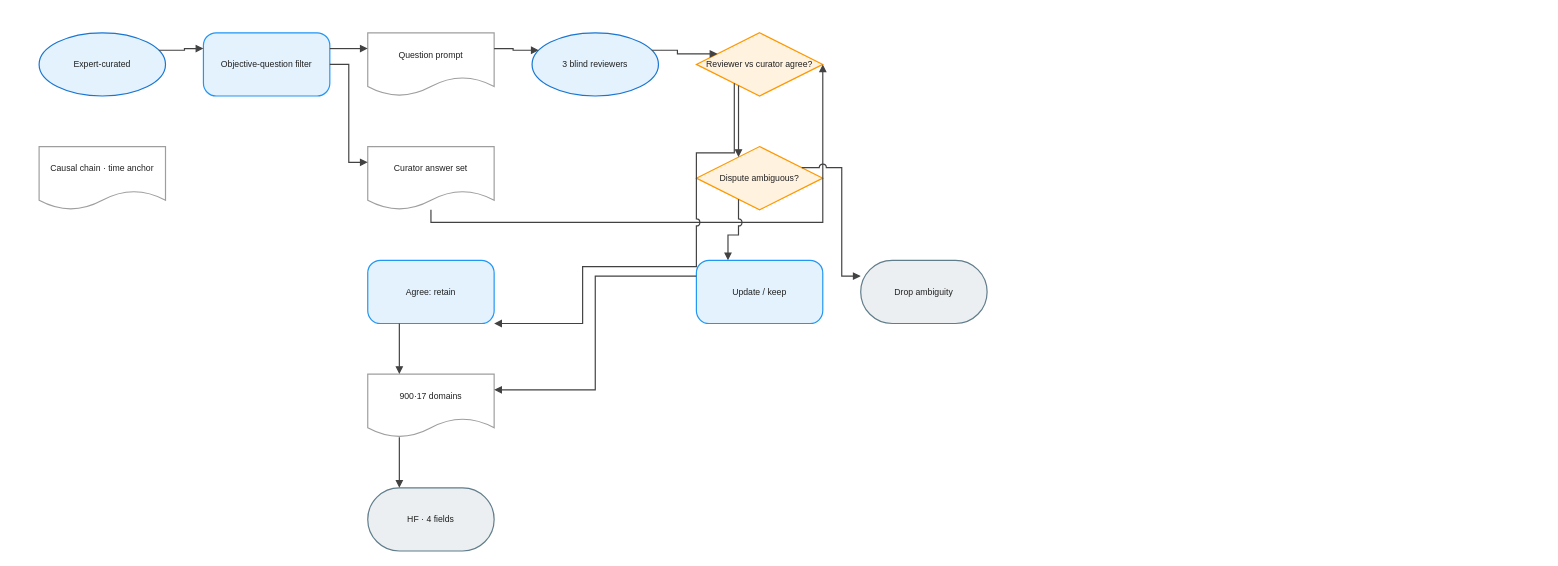
Before: client/public/drawio/DeepSearchQA/DeepSearchQA.en.drawio in joe1chief/benchmark-hub, a draw.io diagram. Source tidied: cells renumbered, new cells numbered last; positions are measured from the earlier drawing's top-left corner, leaving out a move shared by most shapes. Both pictures are drawn from the tidied source at 79%, with x=0, y=0 at pixel (39, 32).
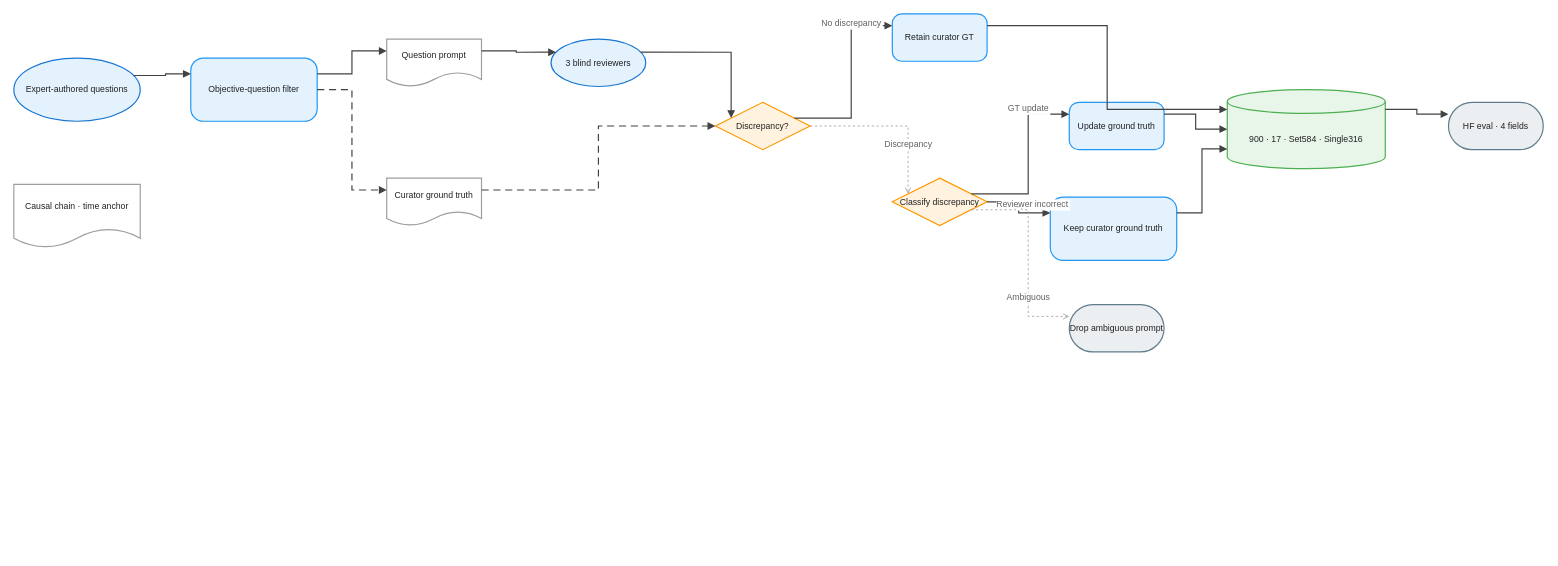
The same page after the edit.

The edit, as a diff of the source:
```diff
@@
-    <mxCell id="2" value="Expert-curated" style="ellipse;html=1;whiteSpace=wrap;fillColor=#E3F2FD;strokeColor=#1976D2;strokeWidth=1.5;fontColor=#212121;fontSize=11;fontFamily=Arial, Helvetica, sans-serif;verticalAlign=middle;align=center;" parent="1" vertex="1">
-      <mxGeometry width="160" height="80" as="geometry" />
+    <mxCell id="2" value="Expert-authored questions" style="convertToSvg=1;ellipse;html=0;whiteSpace=wrap;fillColor=#E3F2FD;strokeColor=#1976D2;strokeWidth=1.5;fontColor=#212121;fontSize=11;fontFamily=Arial, Helvetica, sans-serif;verticalAlign=middle;align=center;" parent="1" vertex="1">
+      <mxGeometry x="-32" y="32" width="160" height="80" as="geometry" />
     </mxCell>
-    <mxCell id="3" value="Causal chain · time anchor" style="shape=document;boundedLbl=1;html=1;whiteSpace=wrap;fillColor=#FFFFFF;strokeColor=#9E9E9E;strokeWidth=1.5;fontColor=#212121;fontSize=11;fontFamily=Arial, Helvetica, sans-serif;verticalAlign=middle;align=center;" parent="1" vertex="1">
-      <mxGeometry y="144" width="160" height="80" as="geometry" />
+    <mxCell id="3" value="Causal chain · time anchor" style="convertToSvg=1;shape=document;boundedLbl=1;html=0;whiteSpace=wrap;fillColor=#FFFFFF;strokeColor=#9E9E9E;strokeWidth=1.5;fontColor=#212121;fontSize=11;fontFamily=Arial, Helvetica, sans-serif;verticalAlign=middle;align=center;" parent="1" vertex="1">
+      <mxGeometry x="-32" y="192" width="160" height="80" as="geometry" />
     </mxCell>
-    <mxCell id="4" value="Objective-question filter" style="rounded=1;arcSize=20;html=1;whiteSpace=wrap;fillColor=#E3F2FD;strokeColor=#2196F3;strokeWidth=1.5;fontColor=#212121;fontSize=11;fontFamily=Arial, Helvetica, sans-serif;verticalAlign=middle;align=center;" parent="1" vertex="1">
-      <mxGeometry x="208" width="160" height="80" as="geometry" />
+    <mxCell id="4" value="Objective-question filter" style="convertToSvg=1;rounded=1;arcSize=20;html=0;whiteSpace=wrap;fillColor=#E3F2FD;strokeColor=#2196F3;strokeWidth=1.5;fontColor=#212121;fontSize=11;fontFamily=Arial, Helvetica, sans-serif;verticalAlign=middle;align=center;" parent="1" vertex="1">
+      <mxGeometry x="192" y="32" width="160" height="80" as="geometry" />
     </mxCell>
-    <mxCell id="5" value="Question prompt" style="shape=document;boundedLbl=1;html=1;whiteSpace=wrap;fillColor=#FFFFFF;strokeColor=#9E9E9E;strokeWidth=1.5;fontColor=#212121;fontSize=11;fontFamily=Arial, Helvetica, sans-serif;verticalAlign=middle;align=center;" parent="1" vertex="1">
-      <mxGeometry x="416" width="160" height="80" as="geometry" />
+    <mxCell id="5" value="Question prompt" style="convertToSvg=1;shape=document;boundedLbl=1;html=0;whiteSpace=wrap;fillColor=#FFFFFF;strokeColor=#9E9E9E;strokeWidth=1.5;fontColor=#212121;fontSize=11;fontFamily=Arial, Helvetica, sans-serif;verticalAlign=middle;align=center;" parent="1" vertex="1">
+      <mxGeometry x="440" y="8" width="120" height="60" as="geometry" />
     </mxCell>
-    <mxCell id="6" value="3 blind reviewers" style="ellipse;html=1;whiteSpace=wrap;fillColor=#E3F2FD;strokeColor=#1976D2;strokeWidth=1.5;fontColor=#212121;fontSize=11;fontFamily=Arial, Helvetica, sans-serif;verticalAlign=middle;align=center;" parent="1" vertex="1">
-      <mxGeometry x="624" width="160" height="80" as="geometry" />
+    <mxCell id="6" value="Curator ground truth" style="convertToSvg=1;shape=document;boundedLbl=1;html=0;whiteSpace=wrap;fillColor=#FFFFFF;strokeColor=#9E9E9E;strokeWidth=1.5;fontColor=#212121;fontSize=11;fontFamily=Arial, Helvetica, sans-serif;verticalAlign=middle;align=center;" parent="1" vertex="1">
+      <mxGeometry x="440" y="184" width="120" height="60" as="geometry" />
     </mxCell>
-    <mxCell id="7" value="Curator answer set" style="shape=document;boundedLbl=1;html=1;whiteSpace=wrap;fillColor=#FFFFFF;strokeColor=#9E9E9E;strokeWidth=1.5;fontColor=#212121;fontSize=11;fontFamily=Arial, Helvetica, sans-serif;verticalAlign=middle;align=center;" parent="1" vertex="1">
-      <mxGeometry x="416" y="144" width="160" height="80" as="geometry" />
+    <mxCell id="7" value="3 blind reviewers" style="convertToSvg=1;ellipse;html=0;whiteSpace=wrap;fillColor=#E3F2FD;strokeColor=#1976D2;strokeWidth=1.5;fontColor=#212121;fontSize=11;fontFamily=Arial, Helvetica, sans-serif;verticalAlign=middle;align=center;" parent="1" vertex="1">
+      <mxGeometry x="648" y="8" width="120" height="60" as="geometry" />
     </mxCell>
-    <mxCell id="8" value="Reviewer vs curator agree?" style="rhombus;html=1;whiteSpace=wrap;fillColor=#FFF3E0;strokeColor=#FF9800;strokeWidth=1.5;fontColor=#212121;fontSize=11;fontFamily=Arial, Helvetica, sans-serif;verticalAlign=middle;align=center;" parent="1" vertex="1">
-      <mxGeometry x="832" width="160" height="80" as="geometry" />
+    <mxCell id="8" value="Discrepancy?" style="convertToSvg=1;rhombus;html=0;whiteSpace=wrap;fillColor=#FFF3E0;strokeColor=#FF9800;strokeWidth=1.5;fontColor=#212121;fontSize=11;fontFamily=Arial, Helvetica, sans-serif;verticalAlign=middle;align=center;" parent="1" vertex="1">
+      <mxGeometry x="856" y="88" width="120" height="60" as="geometry" />
     </mxCell>
-    <mxCell id="9" value="Agree: retain" style="rounded=1;arcSize=20;html=1;whiteSpace=wrap;fillColor=#E3F2FD;strokeColor=#2196F3;strokeWidth=1.5;fontColor=#212121;fontSize=11;fontFamily=Arial, Helvetica, sans-serif;verticalAlign=middle;align=center;" parent="1" vertex="1">
-      <mxGeometry x="416" y="288" width="160" height="80" as="geometry" />
+    <mxCell id="9" value="Retain curator GT" style="convertToSvg=1;rounded=1;arcSize=20;html=0;whiteSpace=wrap;fillColor=#E3F2FD;strokeColor=#2196F3;strokeWidth=1.5;fontColor=#212121;fontSize=11;fontFamily=Arial, Helvetica, sans-serif;verticalAlign=middle;align=center;" parent="1" vertex="1">
+      <mxGeometry x="1080" y="-24" width="120" height="60" as="geometry" />
     </mxCell>
-    <mxCell id="10" value="Dispute ambiguous?" style="rhombus;html=1;whiteSpace=wrap;fillColor=#FFF3E0;strokeColor=#FF9800;strokeWidth=1.5;fontColor=#212121;fontSize=11;fontFamily=Arial, Helvetica, sans-serif;verticalAlign=middle;align=center;" parent="1" vertex="1">
-      <mxGeometry x="832" y="144" width="160" height="80" as="geometry" />
+    <mxCell id="10" value="Classify discrepancy" style="convertToSvg=1;rhombus;html=0;whiteSpace=wrap;fillColor=#FFF3E0;strokeColor=#FF9800;strokeWidth=1.5;fontColor=#212121;fontSize=11;fontFamily=Arial, Helvetica, sans-serif;verticalAlign=middle;align=center;" parent="1" vertex="1">
+      <mxGeometry x="1080" y="184" width="120" height="60" as="geometry" />
     </mxCell>
-    <mxCell id="11" value="Update / keep" style="rounded=1;arcSize=20;html=1;whiteSpace=wrap;fillColor=#E3F2FD;strokeColor=#2196F3;strokeWidth=1.5;fontColor=#212121;fontSize=11;fontFamily=Arial, Helvetica, sans-serif;verticalAlign=middle;align=center;" parent="1" vertex="1">
-      <mxGeometry x="832" y="288" width="160" height="80" as="geometry" />
+    <mxCell id="11" value="Update ground truth" style="convertToSvg=1;rounded=1;arcSize=20;html=0;whiteSpace=wrap;fillColor=#E3F2FD;strokeColor=#2196F3;strokeWidth=1.5;fontColor=#212121;fontSize=11;fontFamily=Arial, Helvetica, sans-serif;verticalAlign=middle;align=center;" parent="1" vertex="1">
+      <mxGeometry x="1304" y="88" width="120" height="60" as="geometry" />
     </mxCell>
-    <mxCell id="12" value="Drop ambiguity" style="rounded=1;arcSize=50;html=1;whiteSpace=wrap;fillColor=#ECEFF1;strokeColor=#607D8B;strokeWidth=1.5;fontColor=#212121;fontSize=11;fontFamily=Arial, Helvetica, sans-serif;verticalAlign=middle;align=center;" parent="1" vertex="1">
-      <mxGeometry x="1040" y="288" width="160" height="80" as="geometry" />
+    <mxCell id="12" value="Keep curator ground truth" style="convertToSvg=1;rounded=1;arcSize=20;html=0;whiteSpace=wrap;fillColor=#E3F2FD;strokeColor=#2196F3;strokeWidth=1.5;fontColor=#212121;fontSize=11;fontFamily=Arial, Helvetica, sans-serif;verticalAlign=middle;align=center;" parent="1" vertex="1">
+      <mxGeometry x="1280" y="208" width="160" height="80" as="geometry" />
     </mxCell>
-    <mxCell id="13" value="900·17 domains" style="shape=document;boundedLbl=1;html=1;whiteSpace=wrap;fillColor=#FFFFFF;strokeColor=#9E9E9E;strokeWidth=1.5;fontColor=#212121;fontSize=11;fontFamily=Arial, Helvetica, sans-serif;verticalAlign=middle;align=center;" parent="1" vertex="1">
-      <mxGeometry x="416" y="432" width="160" height="80" as="geometry" />
+    <mxCell id="13" value="Drop ambiguous prompt" style="convertToSvg=1;rounded=1;arcSize=50;html=0;whiteSpace=wrap;fillColor=#ECEFF1;strokeColor=#607D8B;strokeWidth=1.5;fontColor=#212121;fontSize=11;fontFamily=Arial, Helvetica, sans-serif;verticalAlign=middle;align=center;" parent="1" vertex="1">
+      <mxGeometry x="1304" y="344" width="120" height="60" as="geometry" />
     </mxCell>
-    <mxCell id="14" value="HF · 4 fields" style="rounded=1;arcSize=50;html=1;whiteSpace=wrap;fillColor=#ECEFF1;strokeColor=#607D8B;strokeWidth=1.5;fontColor=#212121;fontSize=11;fontFamily=Arial, Helvetica, sans-serif;verticalAlign=middle;align=center;" parent="1" vertex="1">
-      <mxGeometry x="416" y="576" width="160" height="80" as="geometry" />
+    <mxCell id="14" value="900 · 17 · Set584 · Single316" style="convertToSvg=1;shape=cylinder3;boundedLbl=1;backgroundOutline=1;size=15;html=0;whiteSpace=wrap;fillColor=#E8F5E9;strokeColor=#4CAF50;strokeWidth=1.5;fontColor=#212121;fontSize=11;fontFamily=Arial, Helvetica, sans-serif;verticalAlign=middle;align=center;" parent="1" vertex="1">
+      <mxGeometry x="1504" y="72" width="200" height="100" as="geometry" />
     </mxCell>
-    <mxCell id="15" style="edgeStyle=orthogonalEdgeStyle;rounded=0;jettySize=auto;html=1;strokeColor=#424242;strokeWidth=1.5;endArrow=block;endFill=1;exitX=1;exitY=0.25;exitDx=0;exitDy=0;entryX=0;entryY=0.25;entryDx=0;entryDy=0;jumpStyle=arc;jumpSize=8;" parent="1" edge="1" source="2" target="4">
-      <mxGeometry relative="1" as="geometry" />
+    <mxCell id="15" value="HF eval · 4 fields" style="convertToSvg=1;rounded=1;arcSize=50;html=0;whiteSpace=wrap;fillColor=#ECEFF1;strokeColor=#607D8B;strokeWidth=1.5;fontColor=#212121;fontSize=11;fontFamily=Arial, Helvetica, sans-serif;verticalAlign=middle;align=center;" parent="1" vertex="1">
+      <mxGeometry x="1784" y="88" width="120" height="60" as="geometry" />
     </mxCell>
-    <mxCell id="16" style="edgeStyle=orthogonalEdgeStyle;rounded=0;jettySize=auto;html=1;strokeColor=#424242;strokeWidth=1.5;endArrow=block;endFill=1;exitX=1;exitY=0.25;exitDx=0;exitDy=0;entryX=0;entryY=0.25;entryDx=0;entryDy=0;jumpStyle=arc;jumpSize=8;" parent="1" edge="1" source="4" target="5">
+    <mxCell id="16" style="convertToSvg=1;edgeStyle=orthogonalEdgeStyle;rounded=0;jettySize=auto;html=0;strokeColor=#424242;strokeWidth=1.5;endArrow=block;endFill=1;exitX=1;exitY=0.25;exitDx=0;exitDy=0;entryX=0;entryY=0.25;entryDx=0;entryDy=0;jumpStyle=arc;jumpSize=8;" parent="1" edge="1" source="2" target="4">
       <mxGeometry relative="1" as="geometry" />
     </mxCell>
-    <mxCell id="17" style="edgeStyle=orthogonalEdgeStyle;rounded=0;jettySize=auto;html=1;strokeColor=#424242;strokeWidth=1.5;endArrow=block;endFill=1;exitX=1;exitY=0.5;exitDx=0;exitDy=0;entryX=0;entryY=0.25;entryDx=0;entryDy=0;jumpStyle=arc;jumpSize=8;" parent="1" edge="1" source="4" target="7">
+    <mxCell id="17" style="convertToSvg=1;edgeStyle=orthogonalEdgeStyle;rounded=0;jettySize=auto;html=0;strokeColor=#424242;strokeWidth=1.5;endArrow=block;endFill=1;exitX=1;exitY=0.25;exitDx=0;exitDy=0;entryX=0;entryY=0.25;entryDx=0;entryDy=0;jumpStyle=arc;jumpSize=8;" parent="1" edge="1" source="4" target="5">
       <mxGeometry relative="1" as="geometry" />
     </mxCell>
-    <mxCell id="18" style="edgeStyle=orthogonalEdgeStyle;rounded=0;jettySize=auto;html=1;strokeColor=#424242;strokeWidth=1.5;endArrow=block;endFill=1;exitX=1;exitY=0.25;exitDx=0;exitDy=0;entryX=0;entryY=0.25;entryDx=0;entryDy=0;jumpStyle=arc;jumpSize=8;" parent="1" edge="1" source="5" target="6">
+    <mxCell id="18" style="convertToSvg=1;edgeStyle=orthogonalEdgeStyle;rounded=0;jettySize=auto;html=0;strokeColor=#424242;strokeWidth=1.5;endArrow=block;endFill=1;exitX=1;exitY=0.5;exitDx=0;exitDy=0;entryX=0;entryY=0.25;entryDx=0;entryDy=0;dashed=1;dashPattern=6 4;jumpStyle=arc;jumpSize=8;" parent="1" edge="1" source="4" target="6">
       <mxGeometry relative="1" as="geometry" />
     </mxCell>
-    <mxCell id="19" style="edgeStyle=orthogonalEdgeStyle;rounded=0;jettySize=auto;html=1;strokeColor=#424242;strokeWidth=1.5;endArrow=block;endFill=1;exitX=1;exitY=0.25;exitDx=0;exitDy=0;entryX=0;entryY=0.25;entryDx=0;entryDy=0;jumpStyle=arc;jumpSize=8;" parent="1" edge="1" source="6" target="8">
+    <mxCell id="19" style="convertToSvg=1;edgeStyle=orthogonalEdgeStyle;rounded=0;jettySize=auto;html=0;strokeColor=#424242;strokeWidth=1.5;endArrow=block;endFill=1;exitX=1;exitY=0.25;exitDx=0;exitDy=0;entryX=0;entryY=0.25;entryDx=0;entryDy=0;jumpStyle=arc;jumpSize=8;" parent="1" edge="1" source="5" target="7">
       <mxGeometry relative="1" as="geometry" />
     </mxCell>
-    <mxCell id="20" style="edgeStyle=orthogonalEdgeStyle;rounded=0;jettySize=auto;html=1;strokeColor=#424242;strokeWidth=1.5;endArrow=block;endFill=1;jumpStyle=arc;jumpSize=8;" parent="1" edge="1" source="7" target="8">
-      <mxGeometry relative="1" as="geometry">
-        <Array as="points">
-          <mxPoint x="688" y="240" />
-          <mxPoint x="992" y="240" />
-          <mxPoint x="992" y="152" />
-        </Array>
-      </mxGeometry>
+    <mxCell id="20" style="convertToSvg=1;edgeStyle=orthogonalEdgeStyle;rounded=0;jettySize=auto;html=0;strokeColor=#424242;strokeWidth=1.5;endArrow=block;endFill=1;exitX=1;exitY=0.25;exitDx=0;exitDy=0;entryX=0;entryY=0.25;entryDx=0;entryDy=0;jumpStyle=arc;jumpSize=8;" parent="1" edge="1" source="7" target="8">
+      <mxGeometry relative="1" as="geometry" />
     </mxCell>
-    <mxCell id="21" style="edgeStyle=orthogonalEdgeStyle;rounded=0;jettySize=auto;html=1;strokeColor=#424242;strokeWidth=1.5;endArrow=block;endFill=1;jumpStyle=arc;jumpSize=8;" parent="1" edge="1" source="8" target="9">
-      <mxGeometry relative="1" as="geometry">
-        <Array as="points">
-          <mxPoint x="880" y="152" />
-          <mxPoint x="832" y="152" />
-          <mxPoint x="832" y="296" />
-          <mxPoint x="688" y="296" />
-          <mxPoint x="688" y="368" />
-        </Array>
-      </mxGeometry>
+    <mxCell id="21" style="convertToSvg=1;edgeStyle=orthogonalEdgeStyle;rounded=0;jettySize=auto;html=0;strokeColor=#424242;strokeWidth=1.5;endArrow=block;endFill=1;exitX=1;exitY=0.25;exitDx=0;exitDy=0;entryX=0;entryY=0.5;entryDx=0;entryDy=0;dashed=1;dashPattern=6 4;jumpStyle=arc;jumpSize=8;" parent="1" edge="1" source="6" target="8">
+      <mxGeometry relative="1" as="geometry" />
     </mxCell>
-    <mxCell id="22" style="edgeStyle=orthogonalEdgeStyle;rounded=0;jettySize=auto;html=1;strokeColor=#424242;strokeWidth=1.5;endArrow=block;endFill=1;exitX=0.25;exitY=1;exitDx=0;exitDy=0;entryX=0.25;entryY=0;entryDx=0;entryDy=0;jumpStyle=arc;jumpSize=8;" parent="1" edge="1" source="8" target="10">
+    <mxCell id="22" style="convertToSvg=1;edgeStyle=orthogonalEdgeStyle;rounded=0;jettySize=auto;html=0;strokeColor=#424242;strokeWidth=1.5;endArrow=block;endFill=1;exitX=1;exitY=0.25;exitDx=0;exitDy=0;entryX=0;entryY=0.25;entryDx=0;entryDy=0;jumpStyle=arc;jumpSize=8;" parent="1" edge="1" source="8" target="9">
       <mxGeometry relative="1" as="geometry" />
     </mxCell>
-    <mxCell id="23" style="edgeStyle=orthogonalEdgeStyle;rounded=0;jettySize=auto;html=1;strokeColor=#424242;strokeWidth=1.5;endArrow=block;endFill=1;exitX=0.25;exitY=1;exitDx=0;exitDy=0;entryX=0.25;entryY=0;entryDx=0;entryDy=0;jumpStyle=arc;jumpSize=8;" parent="1" edge="1" source="9" target="13">
-      <mxGeometry relative="1" as="geometry" />
+    <mxCell id="23" value="No discrepancy" style="convertToSvg=1;edgeLabel;html=0;align=center;verticalAlign=middle;fontSize=11;fontColor=#616161;" parent="22" vertex="1">
+      <mxGeometry x="0.5" relative="1" as="geometry">
+        <mxPoint y="-12" as="offset" />
+      </mxGeometry>
     </mxCell>
-    <mxCell id="24" style="edgeStyle=orthogonalEdgeStyle;rounded=0;jettySize=auto;html=1;strokeColor=#424242;strokeWidth=1.5;endArrow=block;endFill=1;exitX=0.25;exitY=1;exitDx=0;exitDy=0;entryX=0.25;entryY=0;entryDx=0;entryDy=0;jumpStyle=arc;jumpSize=8;" parent="1" edge="1" source="10" target="11">
+    <mxCell id="24" style="convertToSvg=1;edgeStyle=orthogonalEdgeStyle;rounded=0;jettySize=auto;html=0;strokeColor=#9E9E9E;strokeWidth=1;endArrow=open;endFill=0;exitX=1;exitY=0.5;exitDx=0;exitDy=0;entryX=0;entryY=0.25;entryDx=0;entryDy=0;dashed=1;dashPattern=3 3;jumpStyle=arc;jumpSize=8;" parent="1" edge="1" source="8" target="10">
       <mxGeometry relative="1" as="geometry" />
     </mxCell>
-    <mxCell id="25" style="edgeStyle=orthogonalEdgeStyle;rounded=0;jettySize=auto;html=1;strokeColor=#424242;strokeWidth=1.5;endArrow=block;endFill=1;exitX=1;exitY=0.25;exitDx=0;exitDy=0;entryX=0;entryY=0.25;entryDx=0;entryDy=0;jumpStyle=arc;jumpSize=8;" parent="1" edge="1" source="10" target="12">
-      <mxGeometry relative="1" as="geometry" />
+    <mxCell id="25" value="Discrepancy" style="convertToSvg=1;edgeLabel;html=0;align=center;verticalAlign=middle;fontSize=11;fontColor=#616161;" parent="24" vertex="1">
+      <mxGeometry x="0.5" relative="1" as="geometry">
+        <mxPoint y="-12" as="offset" />
+      </mxGeometry>
     </mxCell>
-    <mxCell id="26" style="edgeStyle=orthogonalEdgeStyle;rounded=0;jettySize=auto;html=1;strokeColor=#424242;strokeWidth=1.5;endArrow=block;endFill=1;exitX=0;exitY=0.25;exitDx=0;exitDy=0;entryX=1;entryY=0.25;entryDx=0;entryDy=0;jumpStyle=arc;jumpSize=8;" parent="1" edge="1" source="11" target="13">
+    <mxCell id="26" style="convertToSvg=1;edgeStyle=orthogonalEdgeStyle;rounded=0;jettySize=auto;html=0;strokeColor=#424242;strokeWidth=1.5;endArrow=block;endFill=1;exitX=1;exitY=0.25;exitDx=0;exitDy=0;entryX=0;entryY=0.25;entryDx=0;entryDy=0;jumpStyle=arc;jumpSize=8;" parent="1" edge="1" source="10" target="11">
       <mxGeometry relative="1" as="geometry" />
     </mxCell>
-    <mxCell id="27" style="edgeStyle=orthogonalEdgeStyle;rounded=0;jettySize=auto;html=1;strokeColor=#424242;strokeWidth=1.5;endArrow=block;endFill=1;exitX=0.25;exitY=1;exitDx=0;exitDy=0;entryX=0.25;entryY=0;entryDx=0;entryDy=0;jumpStyle=arc;jumpSize=8;" parent="1" edge="1" source="13" target="14">
-      <mxGeometry relative="1" as="geometry" />
+    <mxCell id="27" value="GT update" style="convertToSvg=1;edgeLabel;html=0;align=center;verticalAlign=middle;fontSize=11;fontColor=#616161;" parent="26" vertex="1">
+      <mxGeometry x="0.5" relative="1" as="geometry">
+        <mxPoint y="-12" as="offset" />
+      </mxGeometry>
     </mxCell>
+    <mxCell id="28" style="convertToSvg=1;edgeStyle=orthogonalEdgeStyle;rounded=0;jettySize=auto;html=0;strokeColor=#424242;strokeWidth=1.5;endArrow=block;endFill=1;exitX=1;exitY=0.5;exitDx=0;exitDy=0;entryX=0;entryY=0.25;entryDx=0;entryDy=0;jumpStyle=arc;jumpSize=8;" parent="1" edge="1" source="10" target="12">
+      <mxGeometry relative="1" as="geometry" />
+    </mxCell>
+    <mxCell id="29" value="Reviewer incorrect" style="convertToSvg=1;edgeLabel;html=0;align=center;verticalAlign=middle;fontSize=11;fontColor=#616161;" parent="28" vertex="1">
+      <mxGeometry x="0.5" relative="1" as="geometry">
+        <mxPoint y="-12" as="offset" />
+      </mxGeometry>
+    </mxCell>
+    <mxCell id="30" style="convertToSvg=1;edgeStyle=orthogonalEdgeStyle;rounded=0;jettySize=auto;html=0;strokeColor=#9E9E9E;strokeWidth=1;endArrow=open;endFill=0;exitX=1;exitY=0.75;exitDx=0;exitDy=0;entryX=0;entryY=0.25;entryDx=0;entryDy=0;dashed=1;dashPattern=3 3;jumpStyle=arc;jumpSize=8;" parent="1" edge="1" source="10" target="13">
+      <mxGeometry relative="1" as="geometry" />
+    </mxCell>
+    <mxCell id="31" value="Ambiguous" style="convertToSvg=1;edgeLabel;html=0;align=center;verticalAlign=middle;fontSize=11;fontColor=#616161;" parent="30" vertex="1">
+      <mxGeometry x="0.5" relative="1" as="geometry">
+        <mxPoint y="-12" as="offset" />
+      </mxGeometry>
+    </mxCell>
+    <mxCell id="32" style="convertToSvg=1;edgeStyle=orthogonalEdgeStyle;rounded=0;jettySize=auto;html=0;strokeColor=#424242;strokeWidth=1.5;endArrow=block;endFill=1;exitX=1;exitY=0.25;exitDx=0;exitDy=0;entryX=0;entryY=0.25;entryDx=0;entryDy=0;jumpStyle=arc;jumpSize=8;" parent="1" edge="1" source="9" target="14">
+      <mxGeometry relative="1" as="geometry" />
+    </mxCell>
+    <mxCell id="33" style="convertToSvg=1;edgeStyle=orthogonalEdgeStyle;rounded=0;jettySize=auto;html=0;strokeColor=#424242;strokeWidth=1.5;endArrow=block;endFill=1;exitX=1;exitY=0.25;exitDx=0;exitDy=0;entryX=0;entryY=0.5;entryDx=0;entryDy=0;jumpStyle=arc;jumpSize=8;" parent="1" edge="1" source="11" target="14">
+      <mxGeometry relative="1" as="geometry" />
+    </mxCell>
+    <mxCell id="34" style="convertToSvg=1;edgeStyle=orthogonalEdgeStyle;rounded=0;jettySize=auto;html=0;strokeColor=#424242;strokeWidth=1.5;endArrow=block;endFill=1;exitX=1;exitY=0.25;exitDx=0;exitDy=0;entryX=0;entryY=0.75;entryDx=0;entryDy=0;jumpStyle=arc;jumpSize=8;" parent="1" edge="1" source="12" target="14">
+      <mxGeometry relative="1" as="geometry" />
+    </mxCell>
+    <mxCell id="35" style="convertToSvg=1;edgeStyle=orthogonalEdgeStyle;rounded=0;jettySize=auto;html=0;strokeColor=#424242;strokeWidth=1.5;endArrow=block;endFill=1;exitX=1;exitY=0.25;exitDx=0;exitDy=0;entryX=0;entryY=0.25;entryDx=0;entryDy=0;jumpStyle=arc;jumpSize=8;" parent="1" edge="1" source="14" target="15">
+      <mxGeometry relative="1" as="geometry" />
+    </mxCell>
```
